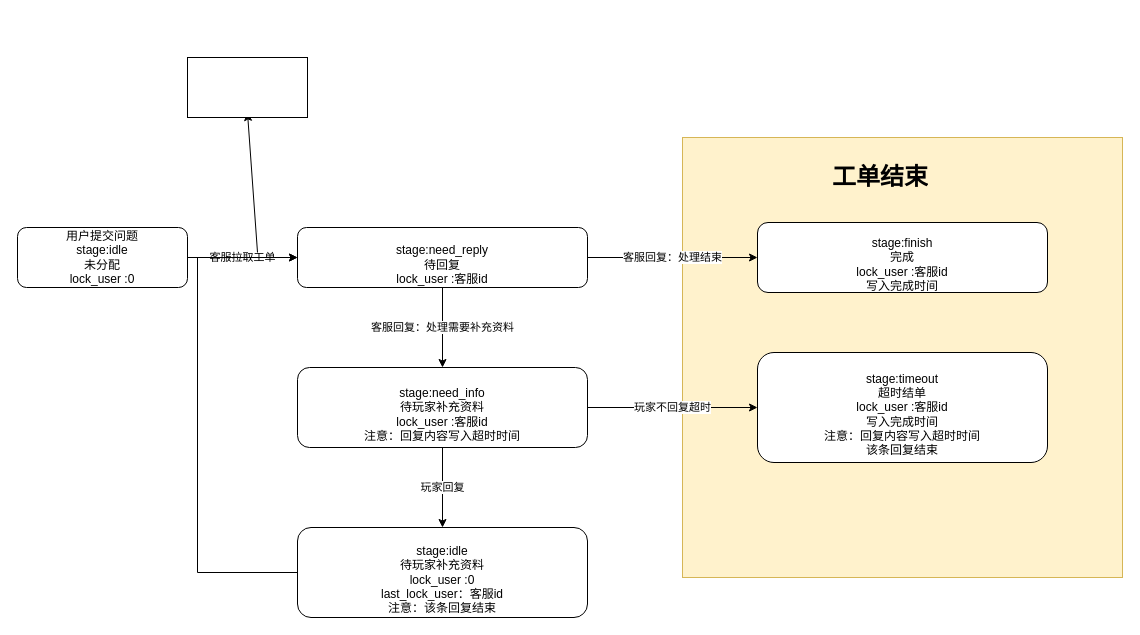
The draw.io diagram 内嵌页.drawio in over-star/drawio, before the edit. Source tidied: cells renumbered, new cells numbered last; positions are measured from the earlier drawing's top-left corner, leaving out a move shared by most shapes. Both pictures are drawn from the tidied source at 100%, with x=0, y=0 at pixel (17, 57).
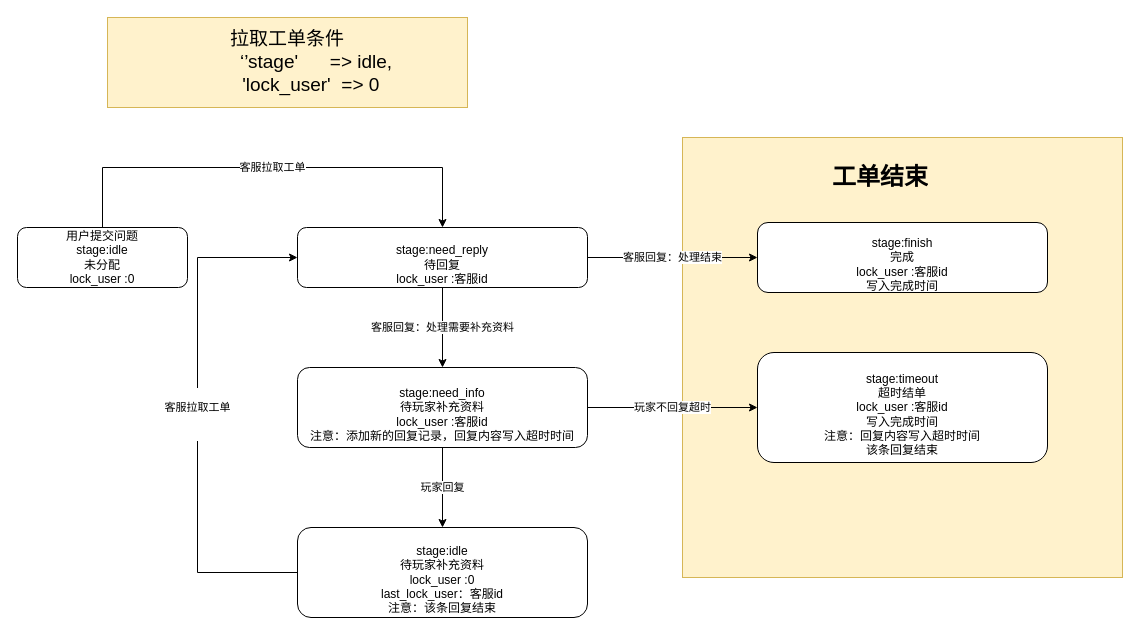
After the change.

Commit message (it also covers changes not shown here):
更新内嵌页.drawio

Unchanged cells that the change refers to:
```xml
<mxCell id="4" value="用户提交问题&lt;br&gt;stage:idle&lt;br&gt;未分配&lt;br&gt;lock_user :0" style="rounded=1;whiteSpace=wrap;html=1;" parent="1" vertex="1">
  <mxGeometry y="170" width="170" height="60" as="geometry" />
</mxCell>
<mxCell id="7" value="&lt;br&gt;stage:need_reply&lt;br&gt;待回复&lt;br&gt;lock_user :客服id" style="rounded=1;whiteSpace=wrap;html=1;" parent="1" vertex="1">
  <mxGeometry x="280" y="170" width="290" height="60" as="geometry" />
</mxCell>
<mxCell id="13" value="&lt;br&gt;stage:idle&lt;br&gt;待玩家补充资料&lt;br&gt;lock_user :0&lt;br&gt;last_lock_user：客服id&lt;br&gt;注意：该条回复结束" style="rounded=1;whiteSpace=wrap;html=1;" parent="1" vertex="1">
  <mxGeometry x="280" y="470" width="290" height="90" as="geometry" />
</mxCell>
```

The edit, as a diff of the source:
```diff
@@
     <mxCell id="3" value="客服拉取工单" style="edgeStyle=orthogonalEdgeStyle;rounded=0;jettySize=auto;html=1;" parent="1" edge="1" source="4" target="7">
-      <mxGeometry relative="1" as="geometry" />
+      <mxGeometry relative="1" as="geometry">
+        <Array as="points">
+          <mxPoint x="85" y="110" />
+          <mxPoint x="425" y="110" />
+        </Array>
+      </mxGeometry>
     </mxCell>
@@
-    <mxCell id="10" value="&lt;br&gt;stage:need_info&lt;br&gt;待玩家补充资料&lt;br&gt;lock_user :客服id&lt;br&gt;注意：回复内容写入超时时间" style="rounded=1;whiteSpace=wrap;html=1;" parent="1" vertex="1">
+    <mxCell id="10" value="&lt;br&gt;stage:need_info&lt;br&gt;待玩家补充资料&lt;br&gt;lock_user :客服id&lt;br&gt;注意：添加新的回复记录，回复内容写入超时时间" style="rounded=1;whiteSpace=wrap;html=1;" parent="1" vertex="1">
       <mxGeometry x="280" y="310" width="290" height="80" as="geometry" />
     </mxCell>
@@
-    <mxCell id="12" style="edgeStyle=orthogonalEdgeStyle;rounded=0;jettySize=auto;html=1;entryX=0;entryY=0.5;entryDx=0;entryDy=0;" parent="1" edge="1" source="13" target="7">
+    <mxCell id="12" value="&#10;&lt;span style=&quot;color: rgb(0, 0, 0); font-family: Helvetica; font-size: 11px; font-style: normal; font-variant-ligatures: normal; font-variant-caps: normal; font-weight: 400; letter-spacing: normal; orphans: 2; text-align: center; text-indent: 0px; text-transform: none; widows: 2; word-spacing: 0px; -webkit-text-stroke-width: 0px; background-color: rgb(255, 255, 255); text-decoration-thickness: initial; text-decoration-style: initial; text-decoration-color: initial; float: none; display: inline !important;&quot;&gt;客服拉取工单&lt;/span&gt;&#10;&#10;" style="edgeStyle=orthogonalEdgeStyle;rounded=0;jettySize=auto;html=1;entryX=0;entryY=0.5;entryDx=0;entryDy=0;" parent="1" edge="1" source="13" target="7">
       <mxGeometry relative="1" as="geometry">
         <Array as="points">
           <mxPoint x="180" y="515" />
           <mxPoint x="180" y="200" />
         </Array>
       </mxGeometry>
     </mxCell>
@@
-    <mxCell id="16" style="endArrow=classic;html=1;rounded=0;" parent="1" edge="1">
-      <mxGeometry relative="1" as="geometry">
-        <mxPoint x="240" y="195" as="sourcePoint" />
-        <mxPoint x="230" y="55" as="targetPoint" />
-      </mxGeometry>
-    </mxCell>
-    <mxCell id="17" style="rounded=0;whiteSpace=wrap;html=1;" parent="1" vertex="1">
-      <mxGeometry x="170" width="120" height="60" as="geometry" />
+    <mxCell id="17" value="&lt;div style=&quot;font-size: 19px;&quot;&gt;&lt;font style=&quot;font-size: 19px;&quot;&gt;拉取工单条件&lt;/font&gt;&lt;/div&gt;&lt;div style=&quot;font-size: 19px;&quot;&gt;&lt;font style=&quot;font-size: 19px;&quot;&gt;&amp;nbsp; &amp;nbsp; &amp;nbsp; &amp;nbsp; &amp;nbsp; &amp;nbsp;‘’stage'&amp;nbsp; &amp;nbsp; &amp;nbsp; =&amp;gt; idle,&lt;/font&gt;&lt;/div&gt;&lt;div style=&quot;font-size: 19px;&quot;&gt;&lt;font style=&quot;font-size: 19px;&quot;&gt;&amp;nbsp; &amp;nbsp; &amp;nbsp; &amp;nbsp; &amp;nbsp;'lock_user'&amp;nbsp; =&amp;gt; 0&lt;/font&gt;&lt;/div&gt;" style="rounded=0;whiteSpace=wrap;html=1;fillColor=#fff2cc;strokeColor=#d6b656;" parent="1" vertex="1">
+      <mxGeometry x="90" y="-40" width="360" height="90" as="geometry" />
     </mxCell>
```
